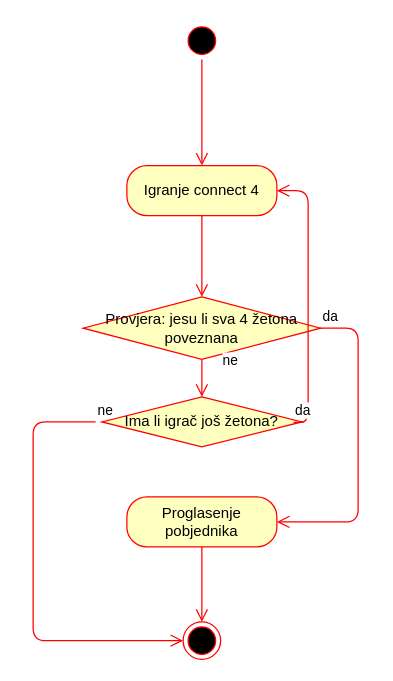
LauraMemedovic/connect-four keeps this draw.io diagram as page "Activity: Bodovanje" (4 of 5) of dijagram.drawio. Above is the earlier version. Source tidied: cells renumbered, new cells numbered last; positions are measured from the earlier drawing's top-left corner, leaving out a move shared by most shapes. Both pictures are drawn from the tidied source at 125%, with x=0, y=0 at pixel (32, 21).
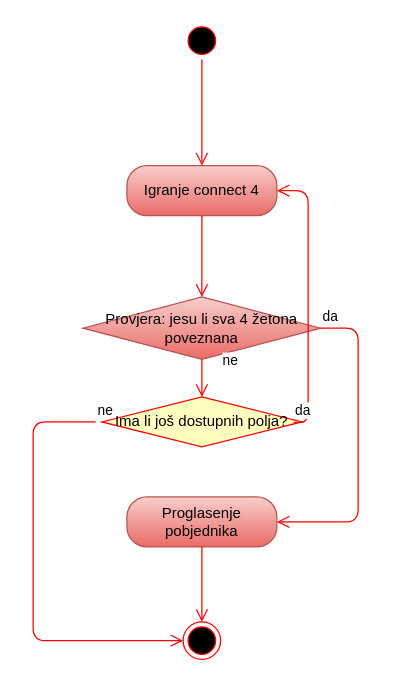
The same page after the edit.

Change to the diagram source:
```diff
@@
-    <mxCell id="2" value="Provjera: jesu li sva 4 žetona poveznana" style="rhombus;whiteSpace=wrap;html=1;fillColor=#ffffc0;strokeColor=#ff0000;" parent="1" vertex="1">
+    <mxCell id="2" value="Provjera: jesu li sva 4 žetona poveznana" style="rhombus;whiteSpace=wrap;html=1;fillColor=#f8cecc;strokeColor=#b85450;gradientColor=#ea6b66;" parent="1" vertex="1">
       <mxGeometry x="40" y="220" width="190" height="50" as="geometry" />
     </mxCell>
-    <mxCell id="3" value="Ima li igrač još žetona?" style="rhombus;whiteSpace=wrap;html=1;fillColor=#ffffc0;strokeColor=#ff0000;" parent="1" vertex="1">
+    <mxCell id="3" value="Ima li još dostupnih polja?" style="rhombus;whiteSpace=wrap;html=1;fillColor=#ffffc0;strokeColor=#ff0000;" parent="1" vertex="1">
       <mxGeometry x="55" y="300" width="160" height="40" as="geometry" />
     </mxCell>
-    <mxCell id="4" value="Igranje connect 4" style="rounded=1;whiteSpace=wrap;html=1;arcSize=40;fontColor=#000000;fillColor=#ffffc0;strokeColor=#ff0000;" parent="1" vertex="1">
+    <mxCell id="4" value="Igranje connect 4" style="rounded=1;whiteSpace=wrap;html=1;arcSize=40;fillColor=#f8cecc;strokeColor=#b85450;gradientColor=#ea6b66;" parent="1" vertex="1">
       <mxGeometry x="75" y="115" width="120" height="40" as="geometry" />
     </mxCell>
@@
-    <mxCell id="9" value="Proglasenje pobjednika" style="rounded=1;whiteSpace=wrap;html=1;arcSize=40;fontColor=#000000;fillColor=#ffffc0;strokeColor=#ff0000;" parent="1" vertex="1">
+    <mxCell id="9" value="Proglasenje pobjednika" style="rounded=1;whiteSpace=wrap;html=1;arcSize=40;fillColor=#f8cecc;strokeColor=#b85450;gradientColor=#ea6b66;" parent="1" vertex="1">
       <mxGeometry x="75" y="380" width="120" height="40" as="geometry" />
     </mxCell>
```
